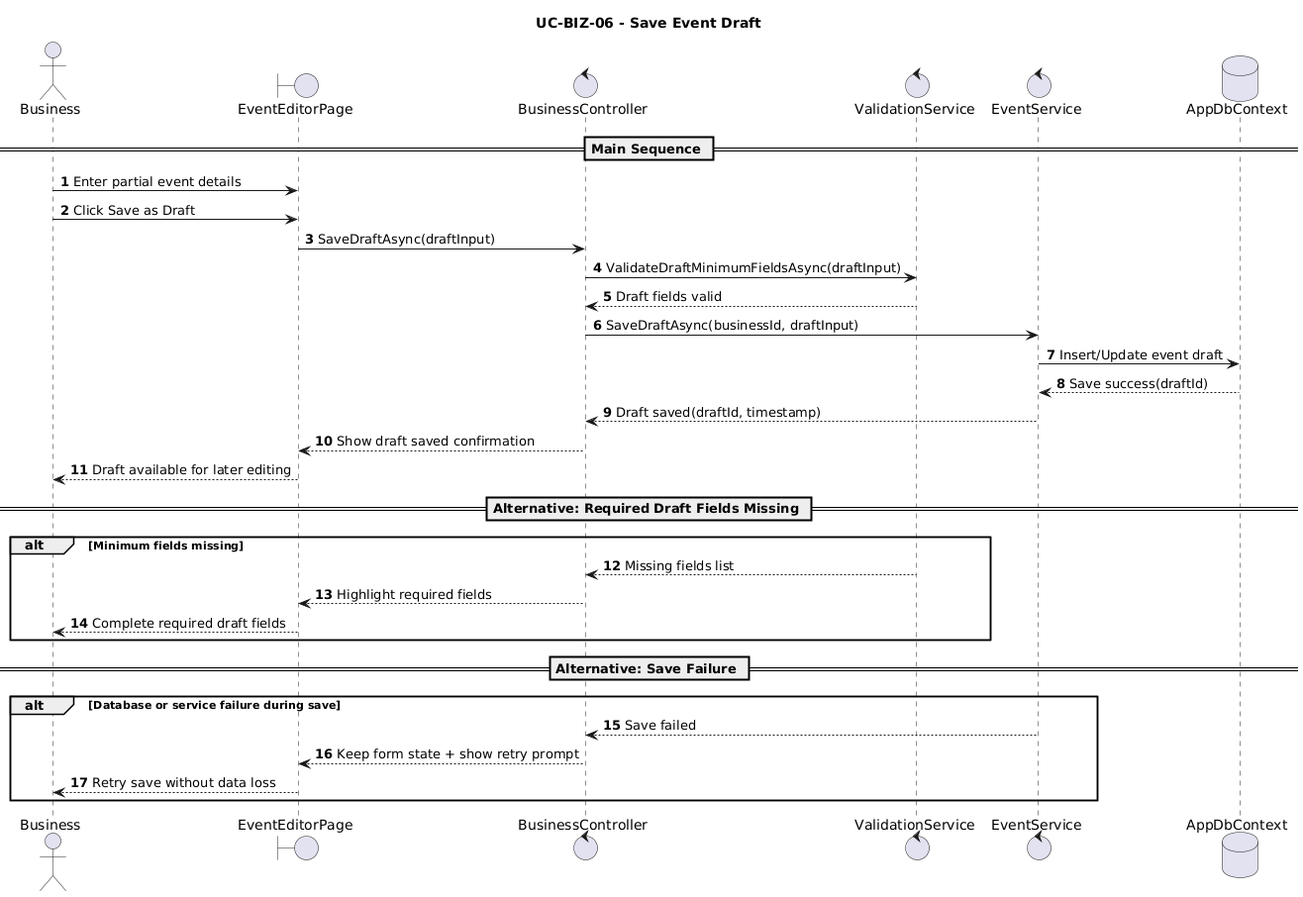
Earlier version of the PlantUML export User Cases/Sequence Diagrams/BusinessRole/SaveEventDraft.png (gorge-unc23/4ThePlot).
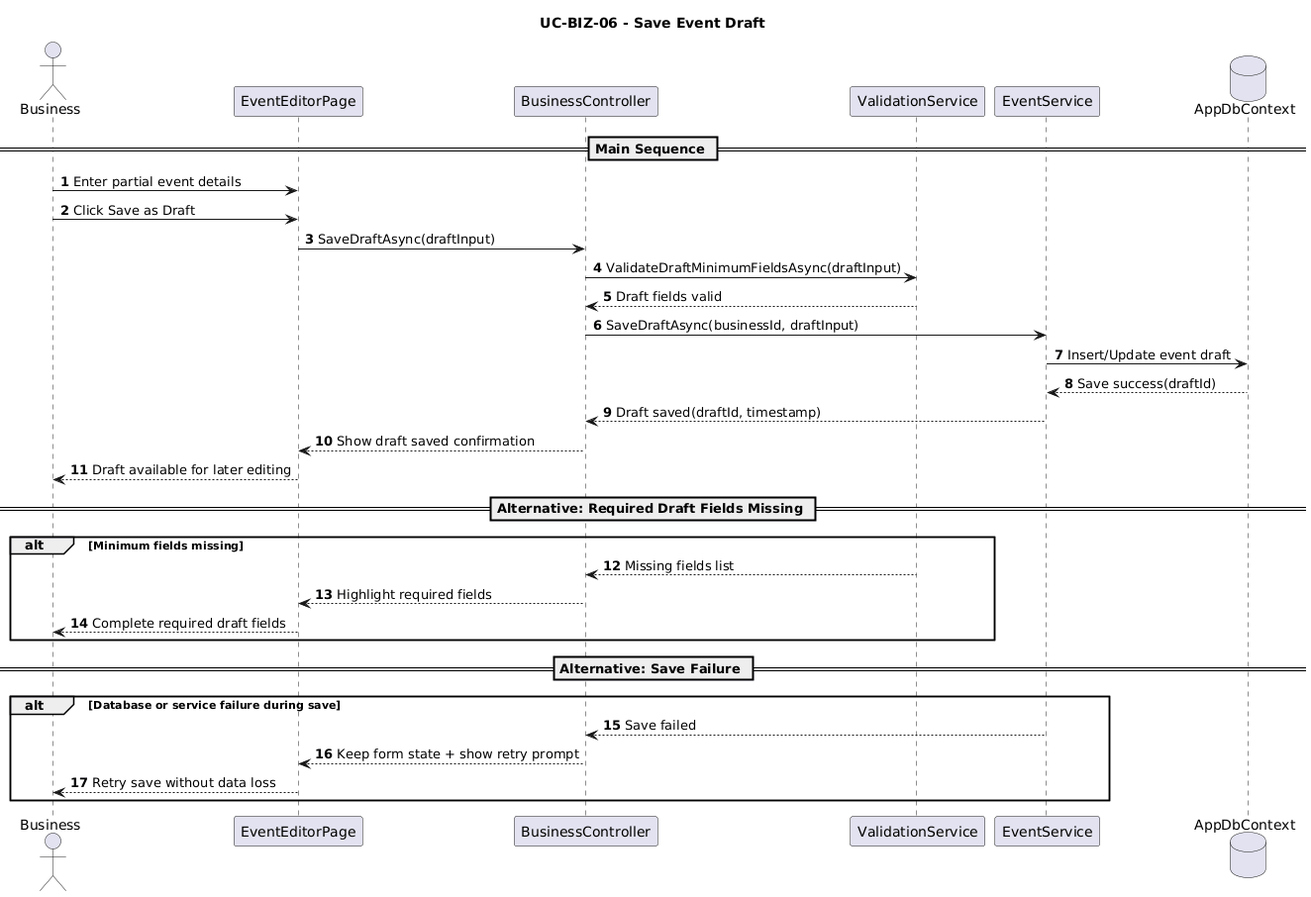
The same diagram one commit later.

The edit, as a diff of the source:
```diff
@@ -3,10 +3,10 @@
 autonumber
 
 actor Business
-boundary EventEditorPage
-control BusinessController
-control ValidationService
-control EventService
+participant EventEditorPage
+participant BusinessController
+participant ValidationService
+participant EventService
 database AppDbContext
 
 == Main Sequence ==
```
